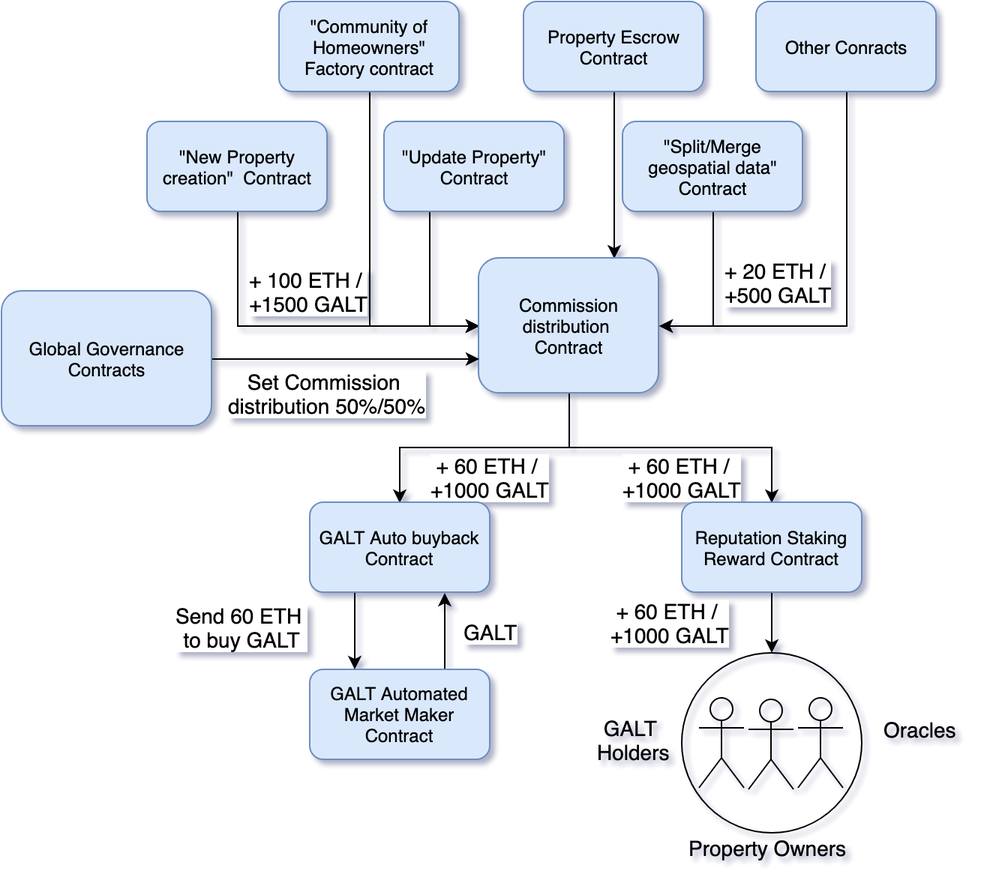
Before: images/Commission distribution_01.png, a diagram exported from draw.io (galtproject/galtproject-docs). Source tidied: cells renumbered, new cells last; positions are measured from the earlier drawing's top-left corner, leaving out a move shared by most shapes. The source it was exported from:
```xml
<mxGraphModel shadow="1">
  <root>
    <mxCell id="0" />
    <mxCell id="1" parent="0" />
    <mxCell id="2" style="edgeStyle=orthogonalEdgeStyle;rounded=0;jettySize=auto;html=1;exitX=0.5;exitY=1;exitDx=0;exitDy=0;entryX=0;entryY=0.5;entryDx=0;entryDy=0;strokeColor=#000000;fillColor=#FF6666;fontSize=14;" parent="1" edge="1" source="4" target="20">
      <mxGeometry relative="1" as="geometry" />
    </mxCell>
    <mxCell id="3" value="+ 100 ETH /&amp;nbsp;&lt;br&gt;+1500 GALT" style="text;html=1;align=center;verticalAlign=middle;labelBackgroundColor=#ffffff;fontSize=14;" parent="2" vertex="1">
      <mxGeometry x="-0.36" y="42" relative="1" as="geometry">
        <mxPoint x="47" y="18" as="offset" />
      </mxGeometry>
    </mxCell>
    <mxCell id="4" value="&quot;New Property creation&quot;&amp;nbsp; Contract" style="rounded=1;whiteSpace=wrap;html=1;fillColor=#dae8fc;strokeColor=#6c8ebf;" parent="1" vertex="1">
      <mxGeometry x="96.5" y="79.5" width="120" height="60" as="geometry" />
    </mxCell>
    <mxCell id="5" style="edgeStyle=orthogonalEdgeStyle;rounded=0;jettySize=auto;html=1;exitX=0.25;exitY=1;exitDx=0;exitDy=0;entryX=0;entryY=0.5;entryDx=0;entryDy=0;strokeColor=#000000;fillColor=#FF6666;fontSize=14;" parent="1" edge="1" source="6" target="20">
      <mxGeometry relative="1" as="geometry" />
    </mxCell>
    <mxCell id="6" value="&quot;Update Property&quot; Contract" style="rounded=1;whiteSpace=wrap;html=1;fillColor=#dae8fc;strokeColor=#6c8ebf;" parent="1" vertex="1">
      <mxGeometry x="254.5" y="79.5" width="120" height="60" as="geometry" />
    </mxCell>
    <mxCell id="7" style="edgeStyle=orthogonalEdgeStyle;rounded=0;jettySize=auto;html=1;exitX=0.5;exitY=1;exitDx=0;exitDy=0;entryX=1;entryY=0.5;entryDx=0;entryDy=0;strokeColor=#000000;fillColor=#FF6666;fontSize=14;" parent="1" edge="1" source="8" target="20">
      <mxGeometry relative="1" as="geometry" />
    </mxCell>
    <mxCell id="8" value="&quot;Split/Merge geospatial data&quot; Contract" style="rounded=1;whiteSpace=wrap;html=1;fillColor=#dae8fc;strokeColor=#6c8ebf;" parent="1" vertex="1">
      <mxGeometry x="413.5" y="79.5" width="120" height="60" as="geometry" />
    </mxCell>
    <mxCell id="9" style="edgeStyle=orthogonalEdgeStyle;rounded=0;jettySize=auto;html=1;exitX=0.5;exitY=1;exitDx=0;exitDy=0;strokeColor=#000000;fillColor=#FF6666;fontSize=14;entryX=0;entryY=0.5;entryDx=0;entryDy=0;" parent="1" edge="1" source="10" target="20">
      <mxGeometry relative="1" as="geometry" />
    </mxCell>
    <mxCell id="10" value="&quot;Community of Homeowners&quot; Factory contract" style="rounded=1;whiteSpace=wrap;html=1;fillColor=#dae8fc;strokeColor=#6c8ebf;" parent="1" vertex="1">
      <mxGeometry x="184.5" y="-0.5" width="120" height="60" as="geometry" />
    </mxCell>
    <mxCell id="11" style="edgeStyle=orthogonalEdgeStyle;rounded=0;jettySize=auto;html=1;exitX=0.5;exitY=1;exitDx=0;exitDy=0;entryX=0.75;entryY=0;entryDx=0;entryDy=0;strokeColor=#000000;fillColor=#FF6666;fontSize=14;" parent="1" edge="1" source="12" target="20">
      <mxGeometry relative="1" as="geometry" />
    </mxCell>
    <mxCell id="12" value="Property Escrow Contract" style="rounded=1;whiteSpace=wrap;html=1;fillColor=#dae8fc;strokeColor=#6c8ebf;" parent="1" vertex="1">
      <mxGeometry x="347.5" y="-0.5" width="120" height="60" as="geometry" />
    </mxCell>
    <mxCell id="13" style="edgeStyle=orthogonalEdgeStyle;rounded=0;jettySize=auto;html=1;exitX=0.5;exitY=1;exitDx=0;exitDy=0;entryX=1;entryY=0.5;entryDx=0;entryDy=0;strokeColor=#000000;fillColor=#FF6666;fontSize=14;" parent="1" edge="1" source="15" target="20">
      <mxGeometry relative="1" as="geometry" />
    </mxCell>
    <mxCell id="14" value="+ 20 ETH / &lt;br&gt;+500 GALT" style="text;html=1;align=center;verticalAlign=middle;labelBackgroundColor=#ffffff;fontSize=14;" parent="13" vertex="1">
      <mxGeometry x="0.57" y="1" relative="1" as="geometry">
        <mxPoint x="17.5" y="-31" as="offset" />
      </mxGeometry>
    </mxCell>
    <mxCell id="15" value="Other Conracts" style="rounded=1;whiteSpace=wrap;html=1;fillColor=#dae8fc;strokeColor=#6c8ebf;" parent="1" vertex="1">
      <mxGeometry x="502.5" y="-0.5" width="120" height="60" as="geometry" />
    </mxCell>
    <mxCell id="16" style="edgeStyle=orthogonalEdgeStyle;rounded=0;jettySize=auto;html=1;exitX=0.5;exitY=1;exitDx=0;exitDy=0;entryX=0.5;entryY=0;entryDx=0;entryDy=0;strokeColor=#000000;fillColor=#FF6666;fontSize=14;" parent="1" edge="1" source="20" target="26">
      <mxGeometry relative="1" as="geometry" />
    </mxCell>
    <mxCell id="17" value="+ 60 ETH /&amp;nbsp;&lt;br&gt;+1000 GALT" style="text;html=1;align=center;verticalAlign=middle;labelBackgroundColor=#ffffff;fontSize=14;" parent="16" vertex="1">
      <mxGeometry x="-0.12" y="1" relative="1" as="geometry">
        <mxPoint x="19" y="20" as="offset" />
      </mxGeometry>
    </mxCell>
    <mxCell id="18" style="edgeStyle=orthogonalEdgeStyle;rounded=0;jettySize=auto;html=1;exitX=0.5;exitY=1;exitDx=0;exitDy=0;entryX=0.5;entryY=0;entryDx=0;entryDy=0;strokeColor=#000000;fillColor=#FF6666;fontSize=14;" parent="1" edge="1" source="20" target="40">
      <mxGeometry relative="1" as="geometry" />
    </mxCell>
    <mxCell id="19" value="+ 60 ETH /&amp;nbsp;&lt;br&gt;+1000 GALT" style="text;html=1;align=center;verticalAlign=middle;labelBackgroundColor=#ffffff;fontSize=14;" parent="18" vertex="1">
      <mxGeometry x="0.02" y="-2" relative="1" as="geometry">
        <mxPoint x="6" y="21" as="offset" />
      </mxGeometry>
    </mxCell>
    <mxCell id="20" value="Commission distribution &lt;br&gt;Contract" style="rounded=1;whiteSpace=wrap;html=1;fillColor=#dae8fc;strokeColor=#6c8ebf;" parent="1" vertex="1">
      <mxGeometry x="317.5" y="170.5" width="120" height="90" as="geometry" />
    </mxCell>
    <mxCell id="21" style="edgeStyle=orthogonalEdgeStyle;rounded=0;jettySize=auto;html=1;exitX=0.75;exitY=0;exitDx=0;exitDy=0;entryX=0.75;entryY=1;entryDx=0;entryDy=0;strokeColor=#000000;fillColor=#FF6666;fontSize=14;" parent="1" edge="1" source="23" target="40">
      <mxGeometry relative="1" as="geometry" />
    </mxCell>
    <mxCell id="22" value="GALT" style="text;html=1;align=center;verticalAlign=middle;labelBackgroundColor=#ffffff;fontSize=14;" parent="21" vertex="1">
      <mxGeometry x="-0.02" relative="1" as="geometry">
        <mxPoint x="30" y="-0.5" as="offset" />
      </mxGeometry>
    </mxCell>
    <mxCell id="23" value="GALT Automated Market Maker Contract" style="rounded=1;whiteSpace=wrap;html=1;fillColor=#dae8fc;strokeColor=#6c8ebf;" parent="1" vertex="1">
      <mxGeometry x="205" y="445" width="120" height="60" as="geometry" />
    </mxCell>
    <mxCell id="24" style="edgeStyle=orthogonalEdgeStyle;rounded=0;jettySize=auto;html=1;exitX=0.5;exitY=1;exitDx=0;exitDy=0;entryX=0.5;entryY=0;entryDx=0;entryDy=0;strokeColor=#000000;fillColor=#FF6666;fontSize=14;" parent="1" edge="1" source="26" target="28">
      <mxGeometry relative="1" as="geometry" />
    </mxCell>
    <mxCell id="25" value="+ 60 ETH /&amp;nbsp;&lt;br&gt;+1000 GALT" style="text;html=1;align=center;verticalAlign=middle;labelBackgroundColor=#ffffff;fontSize=14;" parent="24" vertex="1">
      <mxGeometry x="-0.15" relative="1" as="geometry">
        <mxPoint x="-68" y="2.5" as="offset" />
      </mxGeometry>
    </mxCell>
    <mxCell id="26" value="Reputation Staking Reward Contract" style="rounded=1;whiteSpace=wrap;html=1;fillColor=#dae8fc;strokeColor=#6c8ebf;" parent="1" vertex="1">
      <mxGeometry x="453" y="333.5" width="120" height="60" as="geometry" />
    </mxCell>
    <mxCell id="27" style="group;" parent="1" vertex="1">
      <mxGeometry x="390.5" y="434" width="251" height="140" as="geometry" />
    </mxCell>
    <mxCell id="28" style="ellipse;whiteSpace=wrap;html=1;strokeColor=#000000;fillColor=none;" parent="27" vertex="1">
      <mxGeometry x="62.5" width="120" height="120" as="geometry" />
    </mxCell>
    <mxCell id="29" style="shape=umlActor;verticalLabelPosition=bottom;labelBackgroundColor=#ffffff;verticalAlign=top;html=1;strokeColor=#000000;fillColor=none;" parent="27" vertex="1">
      <mxGeometry x="74" y="30" width="30" height="60" as="geometry" />
    </mxCell>
    <mxCell id="30" style="shape=umlActor;verticalLabelPosition=bottom;labelBackgroundColor=#ffffff;verticalAlign=top;html=1;strokeColor=#000000;fillColor=none;" parent="27" vertex="1">
      <mxGeometry x="140" y="30" width="30" height="60" as="geometry" />
    </mxCell>
    <mxCell id="31" style="shape=umlActor;verticalLabelPosition=bottom;labelBackgroundColor=#ffffff;verticalAlign=top;html=1;strokeColor=#000000;fillColor=none;" parent="27" vertex="1">
      <mxGeometry x="107" y="31" width="30" height="60" as="geometry" />
    </mxCell>
    <mxCell id="32" value="GALT &lt;br&gt;Holders" style="text;html=1;align=center;verticalAlign=top;spacingTop=-4;fontSize=14;" parent="27" vertex="1">
      <mxGeometry y="40" width="60" height="40" as="geometry" />
    </mxCell>
    <mxCell id="33" value="Property Owners" style="text;html=1;align=left;verticalAlign=top;spacingTop=-4;fontSize=14;" parent="27" vertex="1">
      <mxGeometry x="65.5" y="120" width="120" height="20" as="geometry" />
    </mxCell>
    <mxCell id="34" value="Oracles" style="text;html=1;align=center;verticalAlign=top;spacingTop=-4;fontSize=14;" parent="27" vertex="1">
      <mxGeometry x="191" y="41" width="60" height="20" as="geometry" />
    </mxCell>
    <mxCell id="35" style="edgeStyle=orthogonalEdgeStyle;rounded=0;jettySize=auto;html=1;exitX=1;exitY=0.5;exitDx=0;exitDy=0;entryX=0;entryY=0.75;entryDx=0;entryDy=0;strokeColor=#000000;fillColor=#FF6666;fontSize=14;" parent="1" edge="1" source="37" target="20">
      <mxGeometry relative="1" as="geometry" />
    </mxCell>
    <mxCell id="36" value="Set Commission &lt;br&gt;distribution 50%/50%" style="text;html=1;align=center;verticalAlign=middle;labelBackgroundColor=#ffffff;fontSize=14;" parent="35" vertex="1">
      <mxGeometry x="-0.21" y="-3" relative="1" as="geometry">
        <mxPoint x="6.5" y="19.5" as="offset" />
      </mxGeometry>
    </mxCell>
    <mxCell id="37" value="Global Governance Contracts" style="rounded=1;whiteSpace=wrap;html=1;fillColor=#dae8fc;strokeColor=#6c8ebf;" parent="1" vertex="1">
      <mxGeometry x="-0.5" y="192.5" width="140" height="90" as="geometry" />
    </mxCell>
    <mxCell id="38" style="edgeStyle=orthogonalEdgeStyle;rounded=0;jettySize=auto;html=1;exitX=0.25;exitY=1;exitDx=0;exitDy=0;entryX=0.25;entryY=0;entryDx=0;entryDy=0;strokeColor=#000000;fillColor=#FF6666;fontSize=14;" parent="1" edge="1" source="40" target="23">
      <mxGeometry relative="1" as="geometry" />
    </mxCell>
    <mxCell id="39" value="Send 60 ETH&amp;nbsp;&lt;br&gt;to buy GALT" style="text;html=1;points=[];align=center;verticalAlign=middle;labelBackgroundColor=#ffffff;fontSize=14;" parent="38" vertex="1">
      <mxGeometry x="-0.06" y="-2" relative="1" as="geometry">
        <mxPoint x="-73.5" y="-2" as="offset" />
      </mxGeometry>
    </mxCell>
    <mxCell id="40" value="GALT Auto buyback Contract" style="rounded=1;whiteSpace=wrap;html=1;fillColor=#dae8fc;strokeColor=#6c8ebf;" parent="1" vertex="1">
      <mxGeometry x="205" y="333.5" width="120" height="60" as="geometry" />
    </mxCell>
  </root>
</mxGraphModel>
```
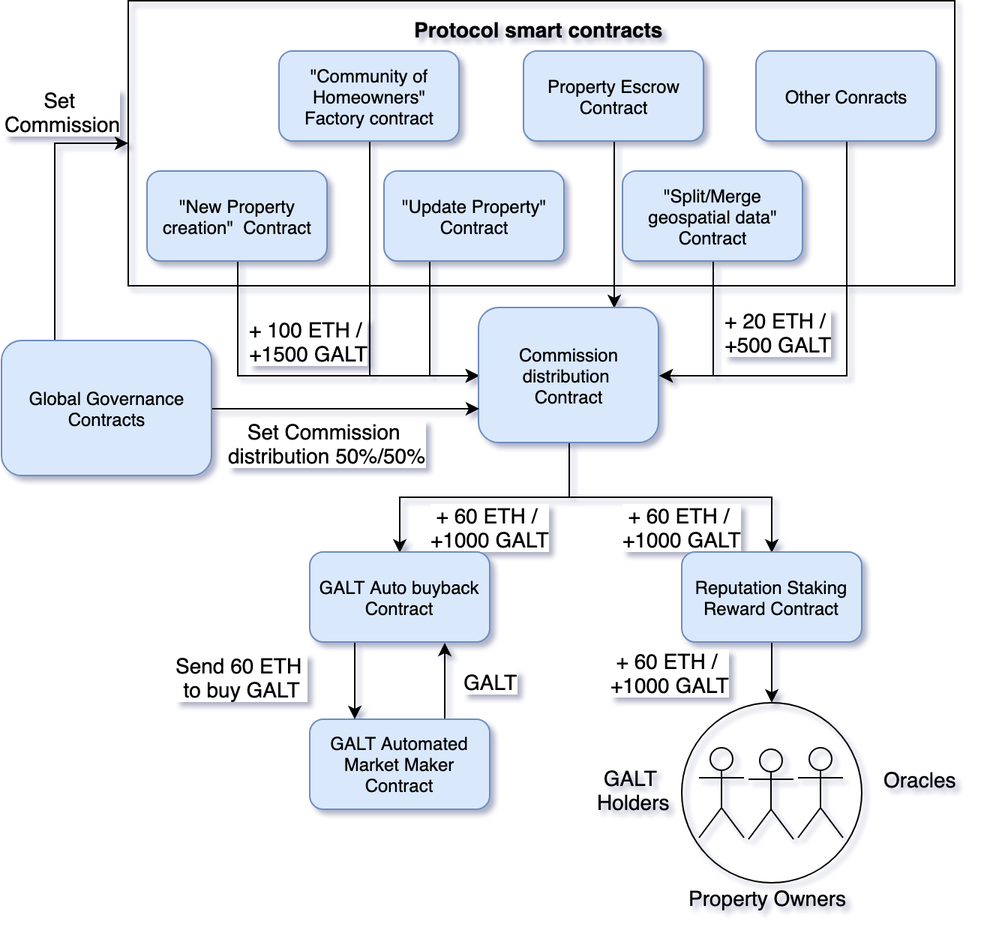
Above is the later version.

What changed in the source:
```diff
@@ -56,7 +56,7 @@
         <mxPoint x="19" y="20" as="offset" />
       </mxGeometry>
     </mxCell>
-    <mxCell id="18" style="edgeStyle=orthogonalEdgeStyle;rounded=0;jettySize=auto;html=1;exitX=0.5;exitY=1;exitDx=0;exitDy=0;entryX=0.5;entryY=0;entryDx=0;entryDy=0;strokeColor=#000000;fillColor=#FF6666;fontSize=14;" parent="1" edge="1" source="20" target="40">
+    <mxCell id="18" style="edgeStyle=orthogonalEdgeStyle;rounded=0;jettySize=auto;html=1;exitX=0.5;exitY=1;exitDx=0;exitDy=0;entryX=0.5;entryY=0;entryDx=0;entryDy=0;strokeColor=#000000;fillColor=#FF6666;fontSize=14;" parent="1" edge="1" source="20" target="42">
       <mxGeometry relative="1" as="geometry" />
     </mxCell>
     <mxCell id="19" value="+ 60 ETH /&amp;nbsp;&lt;br&gt;+1000 GALT" style="text;html=1;align=center;verticalAlign=middle;labelBackgroundColor=#ffffff;fontSize=14;" parent="18" vertex="1">
@@ -67,7 +67,7 @@
     <mxCell id="20" value="Commission distribution &lt;br&gt;Contract" style="rounded=1;whiteSpace=wrap;html=1;fillColor=#dae8fc;strokeColor=#6c8ebf;" parent="1" vertex="1">
       <mxGeometry x="317.5" y="170.5" width="120" height="90" as="geometry" />
     </mxCell>
-    <mxCell id="21" style="edgeStyle=orthogonalEdgeStyle;rounded=0;jettySize=auto;html=1;exitX=0.75;exitY=0;exitDx=0;exitDy=0;entryX=0.75;entryY=1;entryDx=0;entryDy=0;strokeColor=#000000;fillColor=#FF6666;fontSize=14;" parent="1" edge="1" source="23" target="40">
+    <mxCell id="21" style="edgeStyle=orthogonalEdgeStyle;rounded=0;jettySize=auto;html=1;exitX=0.75;exitY=0;exitDx=0;exitDy=0;entryX=0.75;entryY=1;entryDx=0;entryDy=0;strokeColor=#000000;fillColor=#FF6666;fontSize=14;" parent="1" edge="1" source="23" target="42">
       <mxGeometry relative="1" as="geometry" />
     </mxCell>
     <mxCell id="22" value="GALT" style="text;html=1;align=center;verticalAlign=middle;labelBackgroundColor=#ffffff;fontSize=14;" parent="21" vertex="1">
@@ -113,7 +113,7 @@
     <mxCell id="34" value="Oracles" style="text;html=1;align=center;verticalAlign=top;spacingTop=-4;fontSize=14;" parent="27" vertex="1">
       <mxGeometry x="191" y="41" width="60" height="20" as="geometry" />
     </mxCell>
-    <mxCell id="35" style="edgeStyle=orthogonalEdgeStyle;rounded=0;jettySize=auto;html=1;exitX=1;exitY=0.5;exitDx=0;exitDy=0;entryX=0;entryY=0.75;entryDx=0;entryDy=0;strokeColor=#000000;fillColor=#FF6666;fontSize=14;" parent="1" edge="1" source="37" target="20">
+    <mxCell id="35" style="edgeStyle=orthogonalEdgeStyle;rounded=0;jettySize=auto;html=1;exitX=1;exitY=0.5;exitDx=0;exitDy=0;entryX=0;entryY=0.75;entryDx=0;entryDy=0;strokeColor=#000000;fillColor=#FF6666;fontSize=14;" parent="1" edge="1" source="39" target="20">
       <mxGeometry relative="1" as="geometry" />
     </mxCell>
     <mxCell id="36" value="Set Commission &lt;br&gt;distribution 50%/50%" style="text;html=1;align=center;verticalAlign=middle;labelBackgroundColor=#ffffff;fontSize=14;" parent="35" vertex="1">
@@ -121,19 +121,33 @@
         <mxPoint x="6.5" y="19.5" as="offset" />
       </mxGeometry>
     </mxCell>
-    <mxCell id="37" value="Global Governance Contracts" style="rounded=1;whiteSpace=wrap;html=1;fillColor=#dae8fc;strokeColor=#6c8ebf;" parent="1" vertex="1">
-      <mxGeometry x="-0.5" y="192.5" width="140" height="90" as="geometry" />
+    <mxCell id="37" style="edgeStyle=orthogonalEdgeStyle;rounded=0;jettySize=auto;html=1;exitX=0.25;exitY=0;exitDx=0;exitDy=0;entryX=0;entryY=0.5;entryDx=0;entryDy=0;strokeColor=#000000;fillColor=#FF6666;fontSize=14;" parent="1" edge="1" source="39" target="43">
+      <mxGeometry relative="1" as="geometry" />
     </mxCell>
-    <mxCell id="38" style="edgeStyle=orthogonalEdgeStyle;rounded=0;jettySize=auto;html=1;exitX=0.25;exitY=1;exitDx=0;exitDy=0;entryX=0.25;entryY=0;entryDx=0;entryDy=0;strokeColor=#000000;fillColor=#FF6666;fontSize=14;" parent="1" edge="1" source="40" target="23">
-      <mxGeometry relative="1" as="geometry" />
+    <mxCell id="38" value="Set &lt;br&gt;Commission" style="text;html=1;align=center;verticalAlign=middle;labelBackgroundColor=#ffffff;fontSize=14;" parent="37" vertex="1">
+      <mxGeometry x="-0.15" relative="1" as="geometry">
+        <mxPoint x="5" y="-76.5" as="offset" />
+      </mxGeometry>
     </mxCell>
-    <mxCell id="39" value="Send 60 ETH&amp;nbsp;&lt;br&gt;to buy GALT" style="text;html=1;points=[];align=center;verticalAlign=middle;labelBackgroundColor=#ffffff;fontSize=14;" parent="38" vertex="1">
-      <mxGeometry x="-0.06" y="-2" relative="1" as="geometry">
-        <mxPoint x="-73.5" y="-2" as="offset" />
-      </mxGeometry>
+    <mxCell id="39" value="Global Governance Contracts" style="rounded=1;whiteSpace=wrap;html=1;fillColor=#dae8fc;strokeColor=#6c8ebf;" parent="1" vertex="1">
+      <mxGeometry x="-0.5" y="192.5" width="140" height="90" as="geometry" />
     </mxCell>
-    <mxCell id="40" value="GALT Auto buyback Contract" style="rounded=1;whiteSpace=wrap;html=1;fillColor=#dae8fc;strokeColor=#6c8ebf;" parent="1" vertex="1">
-      <mxGeometry x="205" y="333.5" width="120" height="60" as="geometry" />
+    <mxCell id="40" style="edgeStyle=orthogonalEdgeStyle;rounded=0;jettySize=auto;html=1;exitX=0.25;exitY=1;exitDx=0;exitDy=0;entryX=0.25;entryY=0;entryDx=0;entryDy=0;strokeColor=#000000;fillColor=#FF6666;fontSize=14;" parent="1" edge="1" source="42" target="23">
+      <mxGeometry relative="1" as="geometry" />
     </mxCell>
+    <mxCell id="41" value="Send 60 ETH&amp;nbsp;&lt;br&gt;to buy GALT" style="text;html=1;align=center;verticalAlign=middle;labelBackgroundColor=#ffffff;fontSize=14;" parent="40" vertex="1">
+      <mxGeometry x="-0.06" y="-2" relative="1" as="geometry">
+        <mxPoint x="-73.5" y="-2" as="offset" />
+      </mxGeometry>
+    </mxCell>
+    <mxCell id="42" value="GALT Auto buyback Contract" style="rounded=1;whiteSpace=wrap;html=1;fillColor=#dae8fc;strokeColor=#6c8ebf;" parent="1" vertex="1">
+      <mxGeometry x="205" y="333.5" width="120" height="60" as="geometry" />
+    </mxCell>
+    <mxCell id="43" style="rounded=0;whiteSpace=wrap;html=1;strokeColor=#000000;fillColor=none;fontSize=14;" parent="1" vertex="1">
+      <mxGeometry x="84" y="-34" width="551" height="190" as="geometry" />
+    </mxCell>
+    <mxCell id="44" value="&lt;b&gt;Protocol smart contracts&lt;/b&gt;" style="text;html=1;align=left;verticalAlign=top;spacingTop=-4;fontSize=14;" parent="1" vertex="1">
+      <mxGeometry x="273" y="-25.5" width="180" height="20" as="geometry" />
+    </mxCell>
   </root>
 </mxGraphModel>
```
